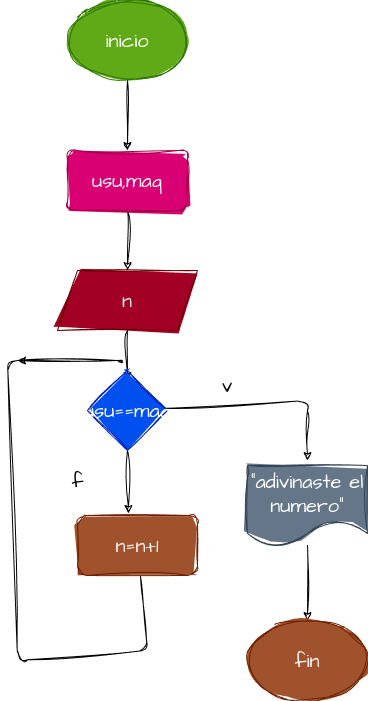
The draw.io diagram diagrama.png in penguindavid/adivina-el-numero, before a commit. Source tidied: cells renumbered, new cells last; positions are measured from the earlier drawing's top-left corner, leaving out a move shared by most shapes.
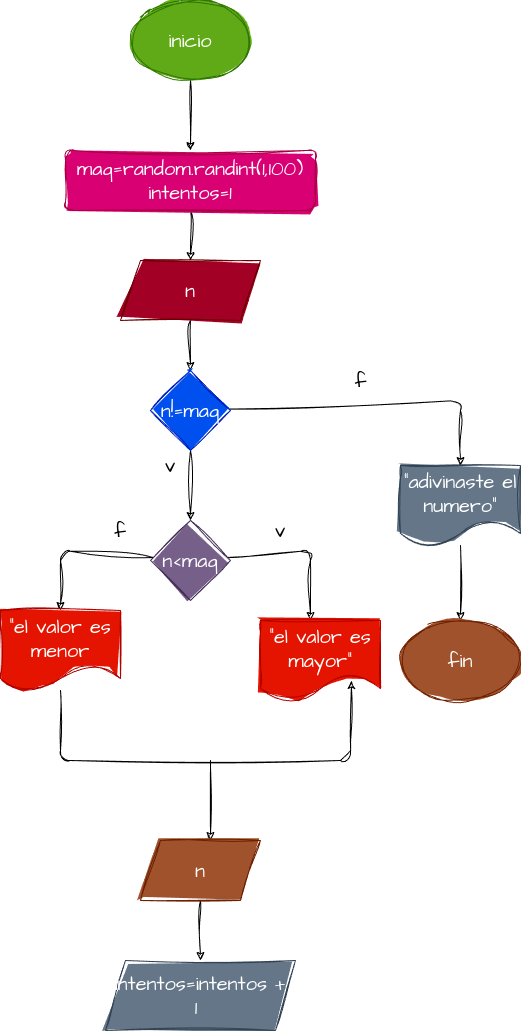
The same diagram one commit later.

Change to the diagram source:
```diff
@@ -2,72 +2,107 @@
   <root>
     <mxCell id="0" />
     <mxCell id="1" parent="0" />
-    <mxCell id="2" style="edgeStyle=none;sketch=1;hachureGap=4;jiggle=2;curveFitting=1;html=1;fontFamily=Architects Daughter;fontSource=https%3A%2F%2Ffonts.googleapis.com%2Fcss%3Ffamily%3DArchitects%2BDaughter;fontSize=16;" parent="1" edge="1" source="3">
-      <mxGeometry relative="1" as="geometry">
-        <mxPoint x="120" y="150" as="targetPoint" />
-      </mxGeometry>
+    <mxCell id="2" style="edgeStyle=none;sketch=1;hachureGap=4;jiggle=2;curveFitting=1;html=1;fontFamily=Architects Daughter;fontSource=https%3A%2F%2Ffonts.googleapis.com%2Fcss%3Ffamily%3DArchitects%2BDaughter;fontSize=16;entryX=0.5;entryY=0;entryDx=0;entryDy=0;" parent="1" edge="1" source="3" target="10">
+      <mxGeometry relative="1" as="geometry" />
     </mxCell>
     <mxCell id="3" value="inicio" style="ellipse;whiteSpace=wrap;html=1;sketch=1;hachureGap=4;jiggle=2;curveFitting=1;fontFamily=Architects Daughter;fontSource=https%3A%2F%2Ffonts.googleapis.com%2Fcss%3Ffamily%3DArchitects%2BDaughter;fontSize=20;fillColor=#60a917;fontColor=#ffffff;strokeColor=#2D7600;fillStyle=solid;" parent="1" vertex="1">
-      <mxGeometry x="60" width="120" height="80" as="geometry" />
+      <mxGeometry x="10" width="120" height="80" as="geometry" />
     </mxCell>
-    <mxCell id="4" style="edgeStyle=none;sketch=1;hachureGap=4;jiggle=2;curveFitting=1;html=1;fontFamily=Architects Daughter;fontSource=https%3A%2F%2Ffonts.googleapis.com%2Fcss%3Ffamily%3DArchitects%2BDaughter;fontSize=16;entryX=0.5;entryY=0;entryDx=0;entryDy=0;" parent="1" edge="1" source="5">
-      <mxGeometry relative="1" as="geometry">
-        <mxPoint x="120" y="380" as="targetPoint" />
-      </mxGeometry>
+    <mxCell id="4" style="edgeStyle=none;sketch=1;hachureGap=4;jiggle=2;curveFitting=1;html=1;fontFamily=Architects Daughter;fontSource=https%3A%2F%2Ffonts.googleapis.com%2Fcss%3Ffamily%3DArchitects%2BDaughter;fontSize=16;entryX=0.5;entryY=0;entryDx=0;entryDy=0;" parent="1" edge="1" source="5" target="8">
+      <mxGeometry relative="1" as="geometry" />
     </mxCell>
     <mxCell id="5" value="n" style="shape=parallelogram;perimeter=parallelogramPerimeter;whiteSpace=wrap;html=1;fixedSize=1;sketch=1;hachureGap=4;jiggle=2;curveFitting=1;fontFamily=Architects Daughter;fontSource=https%3A%2F%2Ffonts.googleapis.com%2Fcss%3Ffamily%3DArchitects%2BDaughter;fontSize=20;fillStyle=solid;fillColor=#a20025;fontColor=#ffffff;strokeColor=#6F0000;" parent="1" vertex="1">
-      <mxGeometry x="50" y="270" width="140" height="60" as="geometry" />
+      <mxGeometry y="260" width="140" height="60" as="geometry" />
     </mxCell>
-    <mxCell id="6" style="edgeStyle=none;sketch=1;hachureGap=4;jiggle=2;curveFitting=1;html=1;fontFamily=Architects Daughter;fontSource=https%3A%2F%2Ffonts.googleapis.com%2Fcss%3Ffamily%3DArchitects%2BDaughter;fontSize=16;" parent="1" edge="1" source="8">
+    <mxCell id="6" style="edgeStyle=none;sketch=1;hachureGap=4;jiggle=2;curveFitting=1;html=1;fontFamily=Architects Daughter;fontSource=https%3A%2F%2Ffonts.googleapis.com%2Fcss%3Ffamily%3DArchitects%2BDaughter;fontSize=16;entryX=0.5;entryY=0;entryDx=0;entryDy=0;" parent="1" edge="1" source="8" target="12">
       <mxGeometry relative="1" as="geometry">
-        <mxPoint x="300" y="460" as="targetPoint" />
         <Array as="points">
-          <mxPoint x="300" y="400" />
+          <mxPoint x="340" y="400" />
         </Array>
       </mxGeometry>
     </mxCell>
-    <mxCell id="7" style="edgeStyle=none;sketch=1;hachureGap=4;jiggle=2;curveFitting=1;html=1;exitX=0.5;exitY=1;exitDx=0;exitDy=0;fontFamily=Architects Daughter;fontSource=https%3A%2F%2Ffonts.googleapis.com%2Fcss%3Ffamily%3DArchitects%2BDaughter;fontSize=16;entryX=0.425;entryY=-0.033;entryDx=0;entryDy=0;entryPerimeter=0;" parent="1" edge="1" source="8" target="16">
-      <mxGeometry relative="1" as="geometry" />
+    <mxCell id="7" style="edgeStyle=none;sketch=1;hachureGap=4;jiggle=2;curveFitting=1;html=1;exitX=0.5;exitY=1;exitDx=0;exitDy=0;fontFamily=Architects Daughter;fontSource=https%3A%2F%2Ffonts.googleapis.com%2Fcss%3Ffamily%3DArchitects%2BDaughter;fontSize=16;" parent="1" edge="1" source="8">
+      <mxGeometry relative="1" as="geometry">
+        <mxPoint x="70" y="520" as="targetPoint" />
+      </mxGeometry>
     </mxCell>
-    <mxCell id="8" value="usu==maq" style="rhombus;whiteSpace=wrap;html=1;sketch=1;hachureGap=4;jiggle=2;curveFitting=1;fontFamily=Architects Daughter;fontSource=https%3A%2F%2Ffonts.googleapis.com%2Fcss%3Ffamily%3DArchitects%2BDaughter;fontSize=20;fillColor=#0050ef;fontColor=#ffffff;strokeColor=#001DBC;fillStyle=solid;" parent="1" vertex="1">
-      <mxGeometry x="80" y="370" width="80" height="80" as="geometry" />
+    <mxCell id="8" value="n!=maq" style="rhombus;whiteSpace=wrap;html=1;sketch=1;hachureGap=4;jiggle=2;curveFitting=1;fontFamily=Architects Daughter;fontSource=https%3A%2F%2Ffonts.googleapis.com%2Fcss%3Ffamily%3DArchitects%2BDaughter;fontSize=20;fillColor=#0050ef;fontColor=#ffffff;strokeColor=#001DBC;fillStyle=solid;" parent="1" vertex="1">
+      <mxGeometry x="30" y="370" width="80" height="80" as="geometry" />
     </mxCell>
     <mxCell id="9" style="edgeStyle=none;sketch=1;hachureGap=4;jiggle=2;curveFitting=1;html=1;fontFamily=Architects Daughter;fontSource=https%3A%2F%2Ffonts.googleapis.com%2Fcss%3Ffamily%3DArchitects%2BDaughter;fontSize=16;entryX=0.5;entryY=0;entryDx=0;entryDy=0;" parent="1" edge="1" source="10" target="5">
       <mxGeometry relative="1" as="geometry" />
     </mxCell>
-    <mxCell id="10" value="usu,maq" style="rounded=1;whiteSpace=wrap;html=1;sketch=1;hachureGap=4;jiggle=2;curveFitting=1;fontFamily=Architects Daughter;fontSource=https%3A%2F%2Ffonts.googleapis.com%2Fcss%3Ffamily%3DArchitects%2BDaughter;fontSize=20;fillColor=#d80073;fontColor=#ffffff;strokeColor=#A50040;fillStyle=solid;" parent="1" vertex="1">
-      <mxGeometry x="60" y="150" width="120" height="60" as="geometry" />
+    <mxCell id="10" value="maq=random.randint(1,100)&lt;br&gt;intentos=1" style="rounded=1;whiteSpace=wrap;html=1;sketch=1;hachureGap=4;jiggle=2;curveFitting=1;fontFamily=Architects Daughter;fontSource=https%3A%2F%2Ffonts.googleapis.com%2Fcss%3Ffamily%3DArchitects%2BDaughter;fontSize=20;fillColor=#d80073;fontColor=#ffffff;strokeColor=#A50040;fillStyle=solid;" parent="1" vertex="1">
+      <mxGeometry x="-55" y="150" width="250" height="60" as="geometry" />
     </mxCell>
-    <mxCell id="11" style="edgeStyle=none;sketch=1;hachureGap=4;jiggle=2;curveFitting=1;html=1;fontFamily=Architects Daughter;fontSource=https%3A%2F%2Ffonts.googleapis.com%2Fcss%3Ffamily%3DArchitects%2BDaughter;fontSize=16;" parent="1" edge="1" source="12">
-      <mxGeometry relative="1" as="geometry">
-        <mxPoint x="300" y="620" as="targetPoint" />
-      </mxGeometry>
+    <mxCell id="11" style="edgeStyle=none;sketch=1;hachureGap=4;jiggle=2;curveFitting=1;html=1;fontFamily=Architects Daughter;fontSource=https%3A%2F%2Ffonts.googleapis.com%2Fcss%3Ffamily%3DArchitects%2BDaughter;fontSize=16;entryX=0.5;entryY=0;entryDx=0;entryDy=0;" parent="1" edge="1" source="12" target="13">
+      <mxGeometry relative="1" as="geometry" />
     </mxCell>
     <mxCell id="12" value="&quot;adivinaste el numero&quot;" style="shape=document;whiteSpace=wrap;html=1;boundedLbl=1;sketch=1;hachureGap=4;jiggle=2;curveFitting=1;fontFamily=Architects Daughter;fontSource=https%3A%2F%2Ffonts.googleapis.com%2Fcss%3Ffamily%3DArchitects%2BDaughter;fontSize=20;fillColor=#647687;fontColor=#ffffff;strokeColor=#314354;fillStyle=solid;" parent="1" vertex="1">
-      <mxGeometry x="240" y="465" width="120" height="80" as="geometry" />
+      <mxGeometry x="280" y="465" width="120" height="80" as="geometry" />
     </mxCell>
     <mxCell id="13" value="fin" style="ellipse;whiteSpace=wrap;html=1;sketch=1;hachureGap=4;jiggle=2;curveFitting=1;fontFamily=Architects Daughter;fontSource=https%3A%2F%2Ffonts.googleapis.com%2Fcss%3Ffamily%3DArchitects%2BDaughter;fontSize=20;fillColor=#a0522d;fontColor=#ffffff;strokeColor=#6D1F00;fillStyle=solid;" parent="1" vertex="1">
-      <mxGeometry x="240" y="620" width="120" height="80" as="geometry" />
+      <mxGeometry x="280" y="620" width="120" height="80" as="geometry" />
     </mxCell>
     <mxCell id="14" value="v" style="text;html=1;strokeColor=none;fillColor=none;align=center;verticalAlign=middle;whiteSpace=wrap;rounded=0;sketch=1;hachureGap=4;jiggle=2;curveFitting=1;fontFamily=Architects Daughter;fontSource=https%3A%2F%2Ffonts.googleapis.com%2Fcss%3Ffamily%3DArchitects%2BDaughter;fontSize=20;" parent="1" vertex="1">
-      <mxGeometry x="190" y="370" width="60" height="30" as="geometry" />
+      <mxGeometry x="20" y="450" width="60" height="30" as="geometry" />
     </mxCell>
-    <mxCell id="15" style="edgeStyle=none;sketch=1;hachureGap=4;jiggle=2;curveFitting=1;html=1;fontFamily=Architects Daughter;fontSource=https%3A%2F%2Ffonts.googleapis.com%2Fcss%3Ffamily%3DArchitects%2BDaughter;fontSize=16;" parent="1" edge="1" source="16">
-      <mxGeometry relative="1" as="geometry">
-        <mxPoint x="10" y="360" as="targetPoint" />
-        <Array as="points">
-          <mxPoint x="140" y="650" />
-          <mxPoint x="10" y="660" />
-          <mxPoint y="360" />
-          <mxPoint x="120" y="360" />
-        </Array>
-      </mxGeometry>
-    </mxCell>
-    <mxCell id="16" value="n=n+1" style="rounded=1;whiteSpace=wrap;html=1;sketch=1;hachureGap=4;jiggle=2;curveFitting=1;fontFamily=Architects Daughter;fontSource=https%3A%2F%2Ffonts.googleapis.com%2Fcss%3Ffamily%3DArchitects%2BDaughter;fontSize=20;fillColor=#a0522d;fontColor=#ffffff;strokeColor=#6D1F00;fillStyle=solid;" parent="1" vertex="1">
-      <mxGeometry x="70" y="515" width="120" height="60" as="geometry" />
-    </mxCell>
     <mxCell id="17" value="f" style="text;html=1;align=center;verticalAlign=middle;strokeColor=none;fillColor=none;fontSize=20;fontFamily=Architects Daughter;sketch=1;hachureGap=4;jiggle=2;curveFitting=1;fontSource=https%3A%2F%2Ffonts.googleapis.com%2Fcss%3Ffamily%3DArchitects%2BDaughter;" parent="1" vertex="1">
-      <mxGeometry x="50" y="460" width="40" height="40" as="geometry" />
+      <mxGeometry x="220" y="360" width="40" height="40" as="geometry" />
     </mxCell>
+    <mxCell id="18" style="edgeStyle=none;sketch=1;hachureGap=4;jiggle=2;curveFitting=1;html=1;fontFamily=Architects Daughter;fontSource=https%3A%2F%2Ffonts.googleapis.com%2Fcss%3Ffamily%3DArchitects%2BDaughter;fontSize=16;" parent="1" edge="1" source="20">
+      <mxGeometry relative="1" as="geometry">
+        <mxPoint x="190" y="620" as="targetPoint" />
+        <Array as="points">
+          <mxPoint x="190" y="550" />
+        </Array>
+      </mxGeometry>
+    </mxCell>
+    <mxCell id="19" style="edgeStyle=none;sketch=1;hachureGap=4;jiggle=2;curveFitting=1;html=1;fontFamily=Architects Daughter;fontSource=https%3A%2F%2Ffonts.googleapis.com%2Fcss%3Ffamily%3DArchitects%2BDaughter;fontSize=16;" parent="1" edge="1" source="20">
+      <mxGeometry relative="1" as="geometry">
+        <mxPoint x="-60" y="610" as="targetPoint" />
+        <Array as="points">
+          <mxPoint x="-60" y="550" />
+        </Array>
+      </mxGeometry>
+    </mxCell>
+    <mxCell id="20" value="n&amp;lt;maq" style="rhombus;whiteSpace=wrap;html=1;sketch=1;hachureGap=4;jiggle=2;fillStyle=solid;curveFitting=1;fontFamily=Architects Daughter;fontSource=https%3A%2F%2Ffonts.googleapis.com%2Fcss%3Ffamily%3DArchitects%2BDaughter;fontSize=20;fillColor=#76608a;fontColor=#ffffff;strokeColor=#432D57;" parent="1" vertex="1">
+      <mxGeometry x="30" y="520" width="80" height="80" as="geometry" />
+    </mxCell>
+    <mxCell id="21" value="&quot;el valor es mayor&quot;" style="shape=document;whiteSpace=wrap;html=1;boundedLbl=1;sketch=1;hachureGap=4;jiggle=2;fillStyle=solid;curveFitting=1;fontFamily=Architects Daughter;fontSource=https%3A%2F%2Ffonts.googleapis.com%2Fcss%3Ffamily%3DArchitects%2BDaughter;fontSize=20;fillColor=#e51400;fontColor=#ffffff;strokeColor=#B20000;" parent="1" vertex="1">
+      <mxGeometry x="140" y="620" width="120" height="80" as="geometry" />
+    </mxCell>
+    <mxCell id="22" style="edgeStyle=none;sketch=1;hachureGap=4;jiggle=2;curveFitting=1;html=1;fontFamily=Architects Daughter;fontSource=https%3A%2F%2Ffonts.googleapis.com%2Fcss%3Ffamily%3DArchitects%2BDaughter;fontSize=16;entryX=0.758;entryY=0.75;entryDx=0;entryDy=0;entryPerimeter=0;" parent="1" edge="1" source="23" target="21">
+      <mxGeometry relative="1" as="geometry">
+        <Array as="points">
+          <mxPoint x="-60" y="760" />
+          <mxPoint x="230" y="760" />
+        </Array>
+      </mxGeometry>
+    </mxCell>
+    <mxCell id="23" value="&quot;el valor es menor" style="shape=document;whiteSpace=wrap;html=1;boundedLbl=1;sketch=1;hachureGap=4;jiggle=2;fillStyle=solid;curveFitting=1;fontFamily=Architects Daughter;fontSource=https%3A%2F%2Ffonts.googleapis.com%2Fcss%3Ffamily%3DArchitects%2BDaughter;fontSize=20;fillColor=#e51400;fontColor=#ffffff;strokeColor=#B20000;" parent="1" vertex="1">
+      <mxGeometry x="-120" y="610" width="120" height="80" as="geometry" />
+    </mxCell>
+    <mxCell id="24" value="v" style="text;html=1;strokeColor=none;fillColor=none;align=center;verticalAlign=middle;whiteSpace=wrap;rounded=0;sketch=1;hachureGap=4;jiggle=2;fillStyle=solid;curveFitting=1;fontFamily=Architects Daughter;fontSource=https%3A%2F%2Ffonts.googleapis.com%2Fcss%3Ffamily%3DArchitects%2BDaughter;fontSize=20;" parent="1" vertex="1">
+      <mxGeometry x="130" y="515" width="60" height="30" as="geometry" />
+    </mxCell>
+    <mxCell id="25" value="f" style="text;html=1;strokeColor=none;fillColor=none;align=center;verticalAlign=middle;whiteSpace=wrap;rounded=0;sketch=1;hachureGap=4;jiggle=2;fillStyle=solid;curveFitting=1;fontFamily=Architects Daughter;fontSource=https%3A%2F%2Ffonts.googleapis.com%2Fcss%3Ffamily%3DArchitects%2BDaughter;fontSize=20;" parent="1" vertex="1">
+      <mxGeometry x="-30" y="515" width="60" height="30" as="geometry" />
+    </mxCell>
+    <mxCell id="26" style="endArrow=classic;html=1;sketch=1;hachureGap=4;jiggle=2;curveFitting=1;fontFamily=Architects Daughter;fontSource=https%3A%2F%2Ffonts.googleapis.com%2Fcss%3Ffamily%3DArchitects%2BDaughter;fontSize=16;" parent="1" edge="1">
+      <mxGeometry relative="1" as="geometry">
+        <mxPoint x="90" y="760" as="sourcePoint" />
+        <mxPoint x="90" y="840" as="targetPoint" />
+      </mxGeometry>
+    </mxCell>
+    <mxCell id="27" style="edgeStyle=none;sketch=1;hachureGap=4;jiggle=2;curveFitting=1;html=1;entryX=0.5;entryY=0;entryDx=0;entryDy=0;fontFamily=Architects Daughter;fontSource=https%3A%2F%2Ffonts.googleapis.com%2Fcss%3Ffamily%3DArchitects%2BDaughter;fontSize=16;" parent="1" edge="1" source="28" target="29">
+      <mxGeometry relative="1" as="geometry" />
+    </mxCell>
+    <mxCell id="28" value="n" style="shape=parallelogram;perimeter=parallelogramPerimeter;whiteSpace=wrap;html=1;fixedSize=1;sketch=1;hachureGap=4;jiggle=2;fillStyle=solid;curveFitting=1;fontFamily=Architects Daughter;fontSource=https%3A%2F%2Ffonts.googleapis.com%2Fcss%3Ffamily%3DArchitects%2BDaughter;fontSize=20;fillColor=#a0522d;fontColor=#ffffff;strokeColor=#6D1F00;" parent="1" vertex="1">
+      <mxGeometry x="20" y="840" width="120" height="60" as="geometry" />
+    </mxCell>
+    <mxCell id="29" value="intentos=intentos + 1&amp;nbsp;" style="shape=parallelogram;perimeter=parallelogramPerimeter;whiteSpace=wrap;html=1;fixedSize=1;sketch=1;hachureGap=4;jiggle=2;fillStyle=solid;curveFitting=1;fontFamily=Architects Daughter;fontSource=https%3A%2F%2Ffonts.googleapis.com%2Fcss%3Ffamily%3DArchitects%2BDaughter;fontSize=20;fillColor=#647687;fontColor=#ffffff;strokeColor=#314354;" parent="1" vertex="1">
+      <mxGeometry x="-15" y="960" width="190" height="70" as="geometry" />
+    </mxCell>
   </root>
 </mxGraphModel>
```
